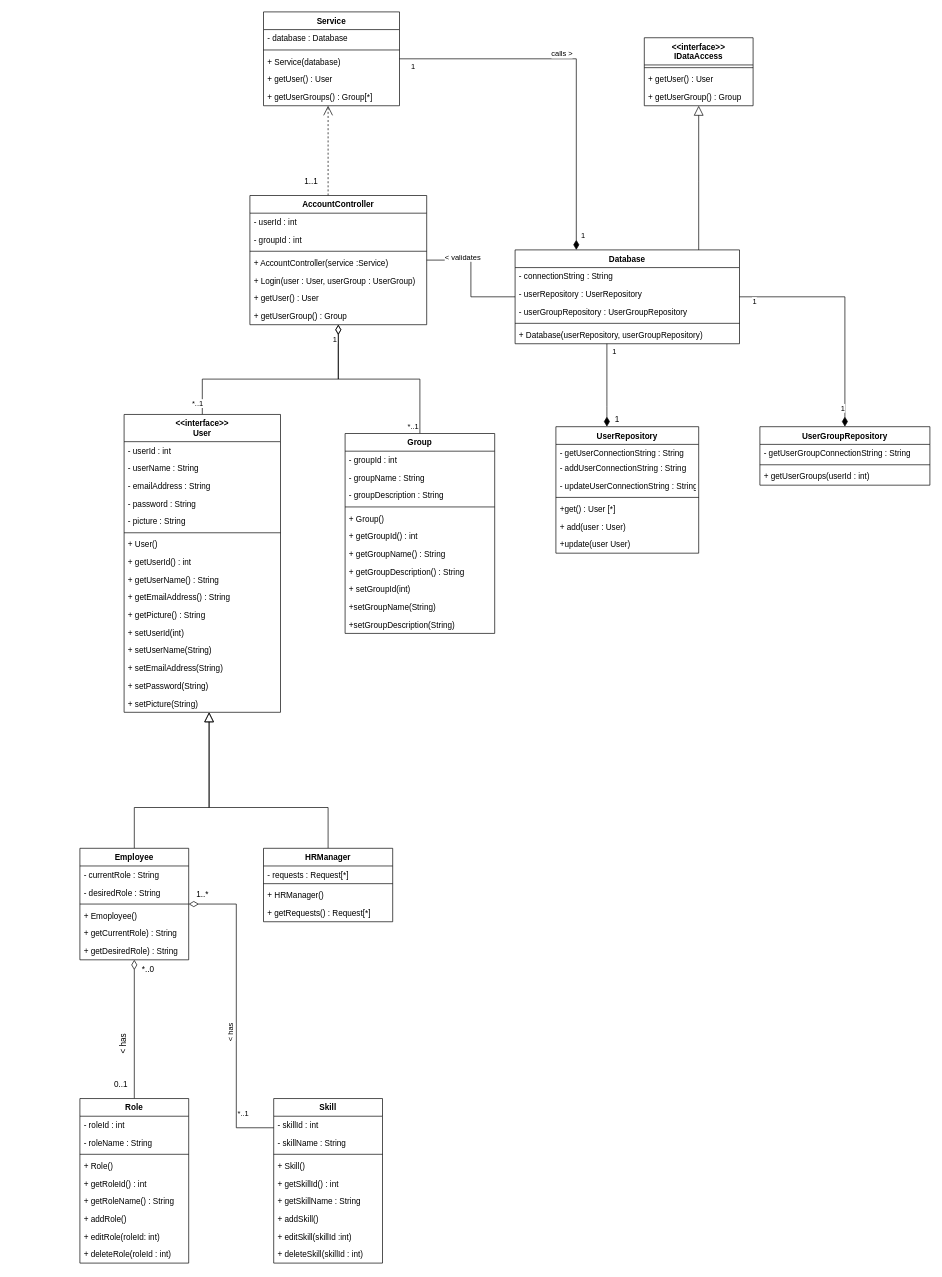
The draw.io diagram LoginClassDiagram.drawio in learningCurve89/WorkBasedPortfolios, before the edit. Source tidied: cells renumbered, new cells numbered last; positions are measured from the earlier drawing's top-left corner, leaving out a move shared by most shapes. Both pictures are drawn from the tidied source at 68%, with x=0, y=0 at pixel (80, 12).
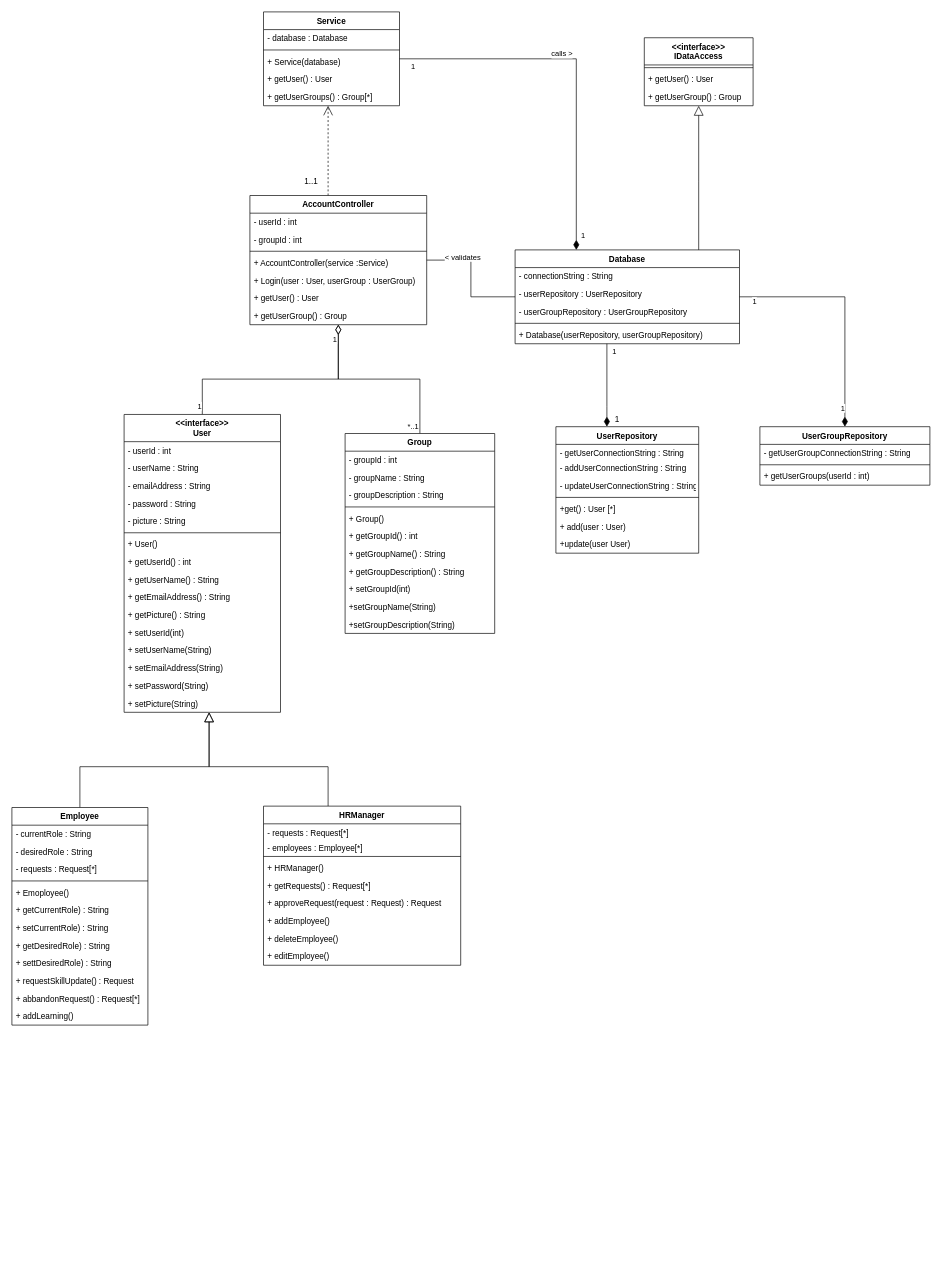
The same page after the edit.

Unchanged cells that the change refers to:
```xml
<mxCell id="2" style="edgeStyle=orthogonalEdgeStyle;rounded=0;jettySize=auto;html=1;startArrow=none;startFill=0;startSize=12;endArrow=diamondThin;endFill=0;endSize=12;" parent="1" edge="1" source="4" target="36">
  <mxGeometry relative="1" as="geometry">
    <Array as="points">
      <mxPoint x="180" y="540" />
      <mxPoint x="380" y="540" />
    </Array>
  </mxGeometry>
</mxCell>
<mxCell id="4" value="&lt;&lt;interface&gt;&gt;&#10;User" style="swimlane;fontStyle=1;align=center;verticalAlign=top;horizontal=1;startSize=40;" parent="1" vertex="1">
  <mxGeometry x="65" y="592" width="230" height="438" as="geometry" />
</mxCell>
```

The edit, as a diff of the source:
```diff
@@
-    <mxCell id="3" value="*..1" style="edgeLabel;html=1;align=center;verticalAlign=middle;" parent="2" vertex="1">
-      <mxGeometry x="-0.9" y="8" relative="1" as="geometry" />
-    </mxCell>
+    <mxCell id="129" value="1" style="edgeLabel;html=1;align=center;verticalAlign=middle;" parent="2" vertex="1">
+      <mxGeometry x="-0.92" y="5" relative="1" as="geometry" />
+    </mxCell>
@@
     <mxCell id="21" style="edgeStyle=orthogonalEdgeStyle;rounded=0;jettySize=auto;html=1;endArrow=block;endFill=0;endSize=12;" parent="1" edge="1" source="22" target="4">
       <mxGeometry relative="1" as="geometry">
         <Array as="points">
-          <mxPoint x="80" y="1170" />
-          <mxPoint x="190" y="1170" />
+          <mxPoint y="1110" />
+          <mxPoint x="190" y="1110" />
         </Array>
       </mxGeometry>
     </mxCell>
     <mxCell id="22" value="Employee" style="swimlane;fontStyle=1;align=center;verticalAlign=top;horizontal=1;startSize=26;" parent="1" vertex="1">
-      <mxGeometry y="1230" width="160" height="164" as="geometry" />
+      <mxGeometry x="-100" y="1170" width="200" height="320" as="geometry" />
     </mxCell>
     <mxCell id="23" value="- currentRole : String" style="text;strokeColor=none;fillColor=none;align=left;verticalAlign=top;spacingLeft=4;spacingRight=4;overflow=hidden;" parent="22" vertex="1">
-      <mxGeometry y="26" width="160" height="26" as="geometry" />
+      <mxGeometry y="26" width="200" height="26" as="geometry" />
     </mxCell>
+    <mxCell id="130" value="- desiredRole : String" style="text;strokeColor=none;fillColor=none;align=left;verticalAlign=top;spacingLeft=4;spacingRight=4;overflow=hidden;" parent="22" vertex="1">
+      <mxGeometry y="52" width="200" height="26" as="geometry" />
+    </mxCell>
-    <mxCell id="24" value="- desiredRole : String" style="text;strokeColor=none;fillColor=none;align=left;verticalAlign=top;spacingLeft=4;spacingRight=4;overflow=hidden;" parent="22" vertex="1">
-      <mxGeometry y="52" width="160" height="26" as="geometry" />
+    <mxCell id="24" value="- requests : Request[*]" style="text;strokeColor=none;fillColor=none;align=left;verticalAlign=top;spacingLeft=4;spacingRight=4;overflow=hidden;" parent="22" vertex="1">
+      <mxGeometry y="78" width="200" height="26" as="geometry" />
     </mxCell>
     <mxCell id="25" style="line;strokeWidth=1;fillColor=none;align=left;verticalAlign=middle;spacingTop=-1;spacingLeft=3;spacingRight=3;labelPosition=right;" parent="22" vertex="1">
-      <mxGeometry y="78" width="160" height="8" as="geometry" />
+      <mxGeometry y="104" width="200" height="8" as="geometry" />
     </mxCell>
     <mxCell id="26" value="+ Emoployee()" style="text;strokeColor=none;fillColor=none;align=left;verticalAlign=top;spacingLeft=4;spacingRight=4;overflow=hidden;" parent="22" vertex="1">
-      <mxGeometry y="86" width="160" height="26" as="geometry" />
+      <mxGeometry y="112" width="200" height="26" as="geometry" />
     </mxCell>
+    <mxCell id="131" value="+ getCurrentRole) : String" style="text;strokeColor=none;fillColor=none;align=left;verticalAlign=top;spacingLeft=4;spacingRight=4;overflow=hidden;" parent="22" vertex="1">
+      <mxGeometry y="138" width="200" height="26" as="geometry" />
+    </mxCell>
-    <mxCell id="27" value="+ getCurrentRole) : String" style="text;strokeColor=none;fillColor=none;align=left;verticalAlign=top;spacingLeft=4;spacingRight=4;overflow=hidden;" parent="22" vertex="1">
-      <mxGeometry y="112" width="160" height="26" as="geometry" />
+    <mxCell id="27" value="+ setCurrentRole) : String" style="text;strokeColor=none;fillColor=none;align=left;verticalAlign=top;spacingLeft=4;spacingRight=4;overflow=hidden;" parent="22" vertex="1">
+      <mxGeometry y="164" width="200" height="26" as="geometry" />
     </mxCell>
+    <mxCell id="132" value="+ getDesiredRole) : String" style="text;strokeColor=none;fillColor=none;align=left;verticalAlign=top;spacingLeft=4;spacingRight=4;overflow=hidden;" parent="22" vertex="1">
+      <mxGeometry y="190" width="200" height="26" as="geometry" />
+    </mxCell>
+    <mxCell id="133" value="+ settDesiredRole) : String" style="text;strokeColor=none;fillColor=none;align=left;verticalAlign=top;spacingLeft=4;spacingRight=4;overflow=hidden;" parent="22" vertex="1">
+      <mxGeometry y="216" width="200" height="26" as="geometry" />
+    </mxCell>
+    <mxCell id="134" value="+ requestSkillUpdate() : Request" style="text;strokeColor=none;fillColor=none;align=left;verticalAlign=top;spacingLeft=4;spacingRight=4;overflow=hidden;" parent="22" vertex="1">
+      <mxGeometry y="242" width="200" height="26" as="geometry" />
+    </mxCell>
-    <mxCell id="28" value="+ getDesiredRole) : String" style="text;strokeColor=none;fillColor=none;align=left;verticalAlign=top;spacingLeft=4;spacingRight=4;overflow=hidden;" parent="22" vertex="1">
-      <mxGeometry y="138" width="160" height="26" as="geometry" />
+    <mxCell id="28" value="+ abbandonRequest() : Request[*]" style="text;strokeColor=none;fillColor=none;align=left;verticalAlign=top;spacingLeft=4;spacingRight=4;overflow=hidden;" parent="22" vertex="1">
+      <mxGeometry y="268" width="200" height="26" as="geometry" />
     </mxCell>
+    <mxCell id="135" value="+ addLearning()" style="text;strokeColor=none;fillColor=none;align=left;verticalAlign=top;spacingLeft=4;spacingRight=4;overflow=hidden;" parent="22" vertex="1">
+      <mxGeometry y="294" width="200" height="26" as="geometry" />
+    </mxCell>
     <mxCell id="29" style="edgeStyle=orthogonalEdgeStyle;rounded=0;jettySize=auto;html=1;endArrow=block;endFill=0;endSize=12;" parent="1" edge="1" source="30" target="4">
       <mxGeometry relative="1" as="geometry">
         <Array as="points">
-          <mxPoint x="365" y="1170" />
-          <mxPoint x="190" y="1170" />
+          <mxPoint x="365" y="1110" />
+          <mxPoint x="190" y="1110" />
         </Array>
       </mxGeometry>
     </mxCell>
     <mxCell id="30" value="HRManager" style="swimlane;fontStyle=1;align=center;verticalAlign=top;horizontal=1;startSize=26;" parent="1" vertex="1">
-      <mxGeometry x="270" y="1230" width="190" height="108" as="geometry" />
+      <mxGeometry x="270" y="1168" width="290" height="234" as="geometry" />
     </mxCell>
     <mxCell id="31" value="- requests : Request[*]" style="text;strokeColor=none;fillColor=none;align=left;verticalAlign=top;spacingLeft=4;spacingRight=4;overflow=hidden;" parent="30" vertex="1">
-      <mxGeometry y="26" width="190" height="22" as="geometry" />
+      <mxGeometry y="26" width="290" height="22" as="geometry" />
     </mxCell>
+    <mxCell id="136" value="- employees : Employee[*]" style="text;strokeColor=none;fillColor=none;align=left;verticalAlign=top;spacingLeft=4;spacingRight=4;overflow=hidden;" parent="30" vertex="1">
+      <mxGeometry y="48" width="290" height="22" as="geometry" />
+    </mxCell>
     <mxCell id="32" style="line;strokeWidth=1;fillColor=none;align=left;verticalAlign=middle;spacingTop=-1;spacingLeft=3;spacingRight=3;labelPosition=right;" parent="30" vertex="1">
-      <mxGeometry y="48" width="190" height="8" as="geometry" />
+      <mxGeometry y="70" width="290" height="8" as="geometry" />
     </mxCell>
     <mxCell id="33" value="+ HRManager()" style="text;strokeColor=none;fillColor=none;align=left;verticalAlign=top;spacingLeft=4;spacingRight=4;overflow=hidden;" parent="30" vertex="1">
-      <mxGeometry y="56" width="190" height="26" as="geometry" />
+      <mxGeometry y="78" width="290" height="26" as="geometry" />
     </mxCell>
     <mxCell id="34" value="+ getRequests() : Request[*]" style="text;strokeColor=none;fillColor=none;align=left;verticalAlign=top;spacingLeft=4;spacingRight=4;overflow=hidden;" parent="30" vertex="1">
-      <mxGeometry y="82" width="190" height="26" as="geometry" />
+      <mxGeometry y="104" width="290" height="26" as="geometry" />
     </mxCell>
+    <mxCell id="137" value="+ approveRequest(request : Request) : Request" style="text;strokeColor=none;fillColor=none;align=left;verticalAlign=top;spacingLeft=4;spacingRight=4;overflow=hidden;" parent="30" vertex="1">
+      <mxGeometry y="130" width="290" height="26" as="geometry" />
+    </mxCell>
+    <mxCell id="138" value="+ addEmployee()" style="text;strokeColor=none;fillColor=none;align=left;verticalAlign=top;spacingLeft=4;spacingRight=4;overflow=hidden;" parent="30" vertex="1">
+      <mxGeometry y="156" width="290" height="26" as="geometry" />
+    </mxCell>
+    <mxCell id="139" value="+ deleteEmployee()" style="text;strokeColor=none;fillColor=none;align=left;verticalAlign=top;spacingLeft=4;spacingRight=4;overflow=hidden;" parent="30" vertex="1">
+      <mxGeometry y="182" width="290" height="26" as="geometry" />
+    </mxCell>
+    <mxCell id="140" value="+ editEmployee()" style="text;strokeColor=none;fillColor=none;align=left;verticalAlign=top;spacingLeft=4;spacingRight=4;overflow=hidden;" parent="30" vertex="1">
+      <mxGeometry y="208" width="290" height="26" as="geometry" />
+    </mxCell>
@@
-    <mxCell id="72" style="edgeStyle=orthogonalEdgeStyle;rounded=0;jettySize=auto;html=1;endArrow=diamondThin;endFill=0;endSize=12;" parent="1" edge="1" source="73" target="22">
-      <mxGeometry relative="1" as="geometry" />
-    </mxCell>
-    <mxCell id="73" value="Role" style="swimlane;fontStyle=1;align=center;verticalAlign=top;horizontal=1;startSize=26;" parent="1" vertex="1">
-      <mxGeometry y="1598" width="160" height="242" as="geometry" />
-    </mxCell>
-    <mxCell id="74" value="- roleId : int" style="text;strokeColor=none;fillColor=none;align=left;verticalAlign=top;spacingLeft=4;spacingRight=4;overflow=hidden;" parent="73" vertex="1">
-      <mxGeometry y="26" width="160" height="26" as="geometry" />
-    </mxCell>
-    <mxCell id="75" value="- roleName : String" style="text;strokeColor=none;fillColor=none;align=left;verticalAlign=top;spacingLeft=4;spacingRight=4;overflow=hidden;" parent="73" vertex="1">
-      <mxGeometry y="52" width="160" height="26" as="geometry" />
-    </mxCell>
-    <mxCell id="76" style="line;strokeWidth=1;fillColor=none;align=left;verticalAlign=middle;spacingTop=-1;spacingLeft=3;spacingRight=3;labelPosition=right;" parent="73" vertex="1">
-      <mxGeometry y="78" width="160" height="8" as="geometry" />
-    </mxCell>
-    <mxCell id="77" value="+ Role()" style="text;strokeColor=none;fillColor=none;align=left;verticalAlign=top;spacingLeft=4;spacingRight=4;overflow=hidden;" parent="73" vertex="1">
-      <mxGeometry y="86" width="160" height="26" as="geometry" />
-    </mxCell>
-    <mxCell id="78" value="+ getRoleId() : int" style="text;strokeColor=none;fillColor=none;align=left;verticalAlign=top;spacingLeft=4;spacingRight=4;overflow=hidden;" parent="73" vertex="1">
-      <mxGeometry y="112" width="160" height="26" as="geometry" />
-    </mxCell>
-    <mxCell id="79" value="+ getRoleName() : String" style="text;strokeColor=none;fillColor=none;align=left;verticalAlign=top;spacingLeft=4;spacingRight=4;overflow=hidden;" parent="73" vertex="1">
-      <mxGeometry y="138" width="160" height="26" as="geometry" />
-    </mxCell>
-    <mxCell id="80" value="+ addRole()" style="text;strokeColor=none;fillColor=none;align=left;verticalAlign=top;spacingLeft=4;spacingRight=4;overflow=hidden;" parent="73" vertex="1">
-      <mxGeometry y="164" width="160" height="26" as="geometry" />
-    </mxCell>
-    <mxCell id="81" value="+ editRole(roleId: int)" style="text;strokeColor=none;fillColor=none;align=left;verticalAlign=top;spacingLeft=4;spacingRight=4;overflow=hidden;" parent="73" vertex="1">
-      <mxGeometry y="190" width="160" height="26" as="geometry" />
-    </mxCell>
-    <mxCell id="82" value="+ deleteRole(roleId : int)" style="text;strokeColor=none;fillColor=none;align=left;verticalAlign=top;spacingLeft=4;spacingRight=4;overflow=hidden;" parent="73" vertex="1">
-      <mxGeometry y="216" width="160" height="26" as="geometry" />
-    </mxCell>
@@
-    <mxCell id="110" value="*..0" style="text;html=1;align=center;verticalAlign=middle;" parent="1" vertex="1">
-      <mxGeometry x="85" y="1398" width="30" height="20" as="geometry" />
-    </mxCell>
-    <mxCell id="111" value="0..1" style="text;html=1;align=center;verticalAlign=middle;" parent="1" vertex="1">
-      <mxGeometry x="40" y="1568" width="40" height="20" as="geometry" />
-    </mxCell>
@@
-    <mxCell id="114" value="&amp;lt; has" style="text;html=1;align=center;verticalAlign=middle;rotation=-90;" parent="1" vertex="1">
-      <mxGeometry x="40" y="1508" width="50" height="20" as="geometry" />
-    </mxCell>
-    <mxCell id="115" style="edgeStyle=orthogonalEdgeStyle;rounded=0;jettySize=auto;html=1;startArrow=none;startFill=0;startSize=12;endArrow=diamondThin;endFill=0;endSize=12;" parent="1" edge="1" source="118" target="22">
-      <mxGeometry relative="1" as="geometry">
-        <Array as="points">
-          <mxPoint x="230" y="1641" />
-          <mxPoint x="230" y="1312" />
-        </Array>
-      </mxGeometry>
-    </mxCell>
-    <mxCell id="116" value="*..1" style="edgeLabel;html=1;align=center;verticalAlign=middle;" parent="115" vertex="1">
-      <mxGeometry x="-0.66" y="-9" relative="1" as="geometry" />
-    </mxCell>
-    <mxCell id="117" value="&amp;lt; has" style="edgeLabel;html=1;align=center;verticalAlign=middle;rotation=-90;" parent="115" vertex="1">
-      <mxGeometry x="-0.15" y="9" relative="1" as="geometry">
-        <mxPoint y="-1" as="offset" />
-      </mxGeometry>
-    </mxCell>
-    <mxCell id="118" value="Skill" style="swimlane;fontStyle=1;align=center;verticalAlign=top;horizontal=1;startSize=26;" parent="1" vertex="1">
-      <mxGeometry x="285" y="1598" width="160" height="242" as="geometry" />
-    </mxCell>
-    <mxCell id="119" value="- skillId : int" style="text;strokeColor=none;fillColor=none;align=left;verticalAlign=top;spacingLeft=4;spacingRight=4;overflow=hidden;" parent="118" vertex="1">
-      <mxGeometry y="26" width="160" height="26" as="geometry" />
-    </mxCell>
-    <mxCell id="120" value="- skillName : String" style="text;strokeColor=none;fillColor=none;align=left;verticalAlign=top;spacingLeft=4;spacingRight=4;overflow=hidden;" parent="118" vertex="1">
-      <mxGeometry y="52" width="160" height="26" as="geometry" />
-    </mxCell>
-    <mxCell id="121" style="line;strokeWidth=1;fillColor=none;align=left;verticalAlign=middle;spacingTop=-1;spacingLeft=3;spacingRight=3;labelPosition=right;" parent="118" vertex="1">
-      <mxGeometry y="78" width="160" height="8" as="geometry" />
-    </mxCell>
-    <mxCell id="122" value="+ Skill()" style="text;strokeColor=none;fillColor=none;align=left;verticalAlign=top;spacingLeft=4;spacingRight=4;overflow=hidden;" parent="118" vertex="1">
-      <mxGeometry y="86" width="160" height="26" as="geometry" />
-    </mxCell>
-    <mxCell id="123" value="+ getSkillId() : int" style="text;strokeColor=none;fillColor=none;align=left;verticalAlign=top;spacingLeft=4;spacingRight=4;overflow=hidden;" parent="118" vertex="1">
-      <mxGeometry y="112" width="160" height="26" as="geometry" />
-    </mxCell>
-    <mxCell id="124" value="+ getSkillName : String" style="text;strokeColor=none;fillColor=none;align=left;verticalAlign=top;spacingLeft=4;spacingRight=4;overflow=hidden;" parent="118" vertex="1">
-      <mxGeometry y="138" width="160" height="26" as="geometry" />
-    </mxCell>
-    <mxCell id="125" value="+ addSkill()" style="text;strokeColor=none;fillColor=none;align=left;verticalAlign=top;spacingLeft=4;spacingRight=4;overflow=hidden;" parent="118" vertex="1">
-      <mxGeometry y="164" width="160" height="26" as="geometry" />
-    </mxCell>
-    <mxCell id="126" value="+ editSkill(skillId :int)" style="text;strokeColor=none;fillColor=none;align=left;verticalAlign=top;spacingLeft=4;spacingRight=4;overflow=hidden;" parent="118" vertex="1">
-      <mxGeometry y="190" width="160" height="26" as="geometry" />
-    </mxCell>
-    <mxCell id="127" value="+ deleteSkill(skillId : int)" style="text;strokeColor=none;fillColor=none;align=left;verticalAlign=top;spacingLeft=4;spacingRight=4;overflow=hidden;" parent="118" vertex="1">
-      <mxGeometry y="216" width="160" height="26" as="geometry" />
-    </mxCell>
-    <mxCell id="128" value="1..*" style="text;html=1;align=center;verticalAlign=middle;" parent="1" vertex="1">
-      <mxGeometry x="165" y="1288" width="30" height="20" as="geometry" />
-    </mxCell>
```
